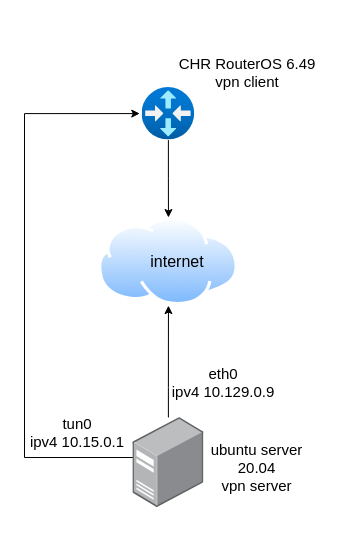
DimaAnime/2023_2024-network_programming-1701-vikhliaev_d_r keeps this draw.io diagram as Диаграмма без названия.drawio. Above is the earlier version. Source tidied: cells renumbered, new cells numbered last; positions are measured from the earlier drawing's top-left corner, leaving out a move shared by most shapes. Both pictures are drawn from the tidied source at 100%, with x=0, y=0 at pixel (22, 17).
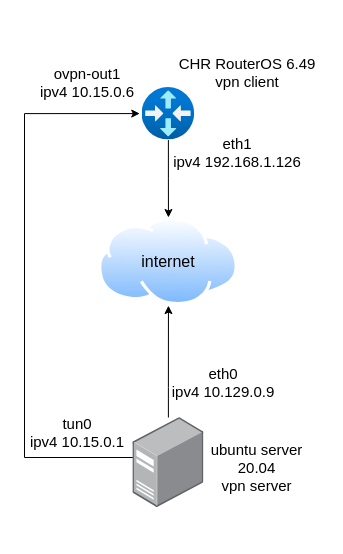
The same diagram, later.

What changed in the source:
```diff
@@
 <mxGraphModel>
   <root>
     <mxCell id="0" />
     <mxCell id="1" parent="0" />
     <mxCell id="2" style="edgeStyle=orthogonalEdgeStyle;rounded=0;jettySize=auto;html=1;entryX=0.5;entryY=0;entryDx=0;entryDy=0;" parent="1" edge="1" source="3" target="7">
       <mxGeometry relative="1" as="geometry" />
     </mxCell>
     <mxCell id="3" style="image;html=1;points=[];align=center;fontSize=12;image=img/lib/azure2/networking/Virtual_Router.svg;" parent="1" vertex="1">
       <mxGeometry x="119.6" y="70" width="52.6" height="52.6" as="geometry" />
     </mxCell>
     <mxCell id="4" style="edgeStyle=orthogonalEdgeStyle;rounded=0;jettySize=auto;html=1;entryX=-0.045;entryY=0.496;entryDx=0;entryDy=0;entryPerimeter=0;" parent="1" edge="1" source="6" target="3">
       <mxGeometry relative="1" as="geometry">
         <Array as="points">
           <mxPoint x="2" y="440" />
           <mxPoint x="2" y="96" />
         </Array>
       </mxGeometry>
     </mxCell>
     <mxCell id="5" style="edgeStyle=orthogonalEdgeStyle;rounded=0;jettySize=auto;html=1;" parent="1" edge="1" source="6" target="7">
       <mxGeometry relative="1" as="geometry">
         <Array as="points">
           <mxPoint x="146" y="370" />
           <mxPoint x="146" y="370" />
         </Array>
       </mxGeometry>
     </mxCell>
     <mxCell id="6" style="image;points=[];html=1;align=center;shadow=0;dashed=0;image=img/lib/allied_telesis/computer_and_terminals/Server_Desktop.svg;" parent="1" vertex="1">
       <mxGeometry x="110.4" y="400" width="71" height="90" as="geometry" />
     </mxCell>
     <mxCell id="7" style="image;perimeter=ellipsePerimeter;html=1;align=center;shadow=0;dashed=0;spacingTop=3;image=img/lib/active_directory/internet_cloud.svg;" parent="1" vertex="1">
       <mxGeometry x="76" y="200" width="139.9" height="88.1" as="geometry" />
     </mxCell>
     <mxCell id="8" value="&lt;font style=&quot;font-size: 16px;&quot;&gt;internet&lt;/font&gt;" style="text;html=1;strokeColor=none;fillColor=none;align=center;verticalAlign=middle;whiteSpace=wrap;rounded=0;" parent="1" vertex="1">
-      <mxGeometry x="105.2" y="219.1" width="100" height="50" as="geometry" />
+      <mxGeometry x="95.9" y="219.1" width="100" height="50" as="geometry" />
     </mxCell>
     <mxCell id="9" value="&lt;font style=&quot;font-size: 15px;&quot;&gt;ubuntu server 20.04&lt;br&gt;vpn server&lt;br&gt;&lt;/font&gt;" style="text;html=1;strokeColor=none;fillColor=none;align=center;verticalAlign=middle;whiteSpace=wrap;rounded=0;rotation=0;" parent="1" vertex="1">
       <mxGeometry x="172.2" y="380" width="125" height="140" as="geometry" />
     </mxCell>
     <mxCell id="10" value="&lt;font style=&quot;font-size: 15px;&quot;&gt;CHR RouterOS 6.49&lt;br&gt;vpn client&lt;br&gt;&lt;/font&gt;" style="text;html=1;strokeColor=none;fillColor=none;align=center;verticalAlign=middle;whiteSpace=wrap;rounded=0;" parent="1" vertex="1">
       <mxGeometry x="145.8" width="157.5" height="110" as="geometry" />
     </mxCell>
     <mxCell id="11" value="&lt;font style=&quot;font-size: 15px;&quot;&gt;eth0&lt;br&gt;ipv4 10.129.0.9&lt;br&gt;&lt;/font&gt;" style="text;html=1;strokeColor=none;fillColor=none;align=center;verticalAlign=middle;whiteSpace=wrap;rounded=0;rotation=0;" parent="1" vertex="1">
       <mxGeometry x="145.8" y="330" width="110" height="70" as="geometry" />
     </mxCell>
     <mxCell id="12" value="&lt;font style=&quot;font-size: 15px;&quot;&gt;tun0&lt;br&gt;ipv4 10.15.0.1&lt;br&gt;&lt;/font&gt;" style="text;html=1;strokeColor=none;fillColor=none;align=center;verticalAlign=middle;whiteSpace=wrap;rounded=0;rotation=0;" parent="1" vertex="1">
       <mxGeometry x="0.4" y="380" width="110" height="70" as="geometry" />
     </mxCell>
+    <mxCell id="13" value="&lt;font style=&quot;font-size: 15px;&quot;&gt;eth1&lt;br&gt;ipv4 192.168.1.126&lt;br&gt;&lt;/font&gt;" style="text;html=1;strokeColor=none;fillColor=none;align=center;verticalAlign=middle;whiteSpace=wrap;rounded=0;rotation=0;" parent="1" vertex="1">
+      <mxGeometry x="137" y="100" width="156.2" height="70" as="geometry" />
+    </mxCell>
+    <mxCell id="14" value="&lt;font style=&quot;font-size: 15px;&quot;&gt;ovpn-out1&lt;br&gt;ipv4 10.15.0.6&lt;br&gt;&lt;/font&gt;" style="text;html=1;strokeColor=none;fillColor=none;align=center;verticalAlign=middle;whiteSpace=wrap;rounded=0;rotation=0;" parent="1" vertex="1">
+      <mxGeometry x="9.6" y="30" width="110" height="70" as="geometry" />
+    </mxCell>
   </root>
 </mxGraphModel>
```
